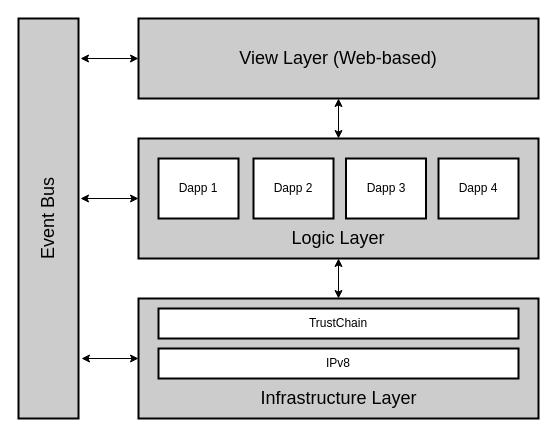
Earlier version of the draw.io diagram images/architecture.drawio (mitchellolsthoorn/master-thesis). Source tidied: cells renumbered, new cells numbered last; positions are measured from the earlier drawing's top-left corner, leaving out a move shared by most shapes. Both pictures are drawn from the tidied source at 100%, with x=0, y=0 at pixel (-152, 18).
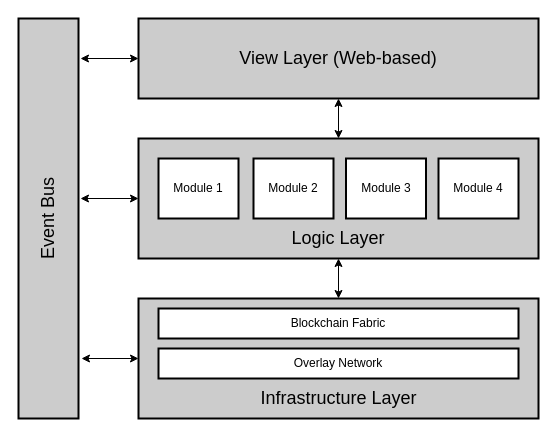
After the change.

Diff of the diagram source:
```diff
@@
-    <mxCell id="2" value="&lt;font style=&quot;font-size: 18px&quot;&gt;View Layer (Web-based)&lt;/font&gt;" style="rounded=0;whiteSpace=wrap;html=1;fillColor=#CCCCCC;strokeWidth=2;" parent="1" vertex="1">
+    <mxCell id="2" value="&lt;font style=&quot;font-size: 18px&quot;&gt;View Layer (Web-based)&lt;/font&gt;" style="rounded=0;whiteSpace=wrap;html=1;strokeWidth=2;fillColor=#CCCCCC;" parent="1" vertex="1">
       <mxGeometry x="290" width="400" height="80" as="geometry" />
     </mxCell>
-    <mxCell id="3" value="&lt;font style=&quot;font-size: 18px&quot;&gt;Event Bus&lt;/font&gt;" style="rounded=0;whiteSpace=wrap;html=1;fillColor=#CCCCCC;rotation=-90;strokeWidth=2;" parent="1" vertex="1">
+    <mxCell id="3" value="&lt;font style=&quot;font-size: 18px&quot;&gt;Event Bus&lt;/font&gt;" style="rounded=0;whiteSpace=wrap;html=1;rotation=-90;strokeWidth=2;fillColor=#CCCCCC;" parent="1" vertex="1">
       <mxGeometry y="170" width="400" height="60" as="geometry" />
     </mxCell>
@@
-    <mxCell id="8" value="Dapp 2" style="rounded=0;whiteSpace=wrap;html=1;strokeWidth=2;fillColor=#FFFFFF;" parent="1" vertex="1">
+    <mxCell id="8" value="Module 2" style="rounded=0;whiteSpace=wrap;html=1;strokeWidth=2;fillColor=#FFFFFF;" parent="1" vertex="1">
       <mxGeometry x="405" y="140" width="80" height="60" as="geometry" />
     </mxCell>
-    <mxCell id="9" value="Dapp 1" style="rounded=0;whiteSpace=wrap;html=1;strokeWidth=2;fillColor=#FFFFFF;" parent="1" vertex="1">
+    <mxCell id="9" value="Module 1" style="rounded=0;whiteSpace=wrap;html=1;strokeWidth=2;fillColor=#FFFFFF;" parent="1" vertex="1">
       <mxGeometry x="310" y="140" width="80" height="60" as="geometry" />
     </mxCell>
-    <mxCell id="10" value="Dapp 3" style="rounded=0;whiteSpace=wrap;html=1;strokeWidth=2;fillColor=#FFFFFF;" parent="1" vertex="1">
+    <mxCell id="10" value="Module 3" style="rounded=0;whiteSpace=wrap;html=1;strokeWidth=2;fillColor=#FFFFFF;" parent="1" vertex="1">
       <mxGeometry x="497.5" y="140" width="80" height="60" as="geometry" />
     </mxCell>
-    <mxCell id="11" value="Dapp 4" style="rounded=0;whiteSpace=wrap;html=1;strokeWidth=2;fillColor=#FFFFFF;" parent="1" vertex="1">
+    <mxCell id="11" value="Module 4" style="rounded=0;whiteSpace=wrap;html=1;strokeWidth=2;fillColor=#FFFFFF;" parent="1" vertex="1">
       <mxGeometry x="590" y="140" width="80" height="60" as="geometry" />
     </mxCell>
-    <mxCell id="12" value="&lt;font style=&quot;font-size: 12px&quot;&gt;TrustChain&lt;/font&gt;" style="rounded=0;whiteSpace=wrap;html=1;strokeWidth=2;fillColor=#FFFFFF;" parent="1" vertex="1">
+    <mxCell id="12" value="&lt;font style=&quot;font-size: 12px&quot;&gt;Blockchain Fabric&lt;/font&gt;" style="rounded=0;whiteSpace=wrap;html=1;strokeWidth=2;fillColor=#FFFFFF;" parent="1" vertex="1">
       <mxGeometry x="310" y="290" width="360" height="30" as="geometry" />
     </mxCell>
-    <mxCell id="13" value="IPv8" style="rounded=0;whiteSpace=wrap;html=1;strokeWidth=2;fillColor=#FFFFFF;" parent="1" vertex="1">
+    <mxCell id="13" value="Overlay Network" style="rounded=0;whiteSpace=wrap;html=1;strokeWidth=2;fillColor=#FFFFFF;" parent="1" vertex="1">
       <mxGeometry x="310" y="330" width="360" height="30" as="geometry" />
     </mxCell>
```
